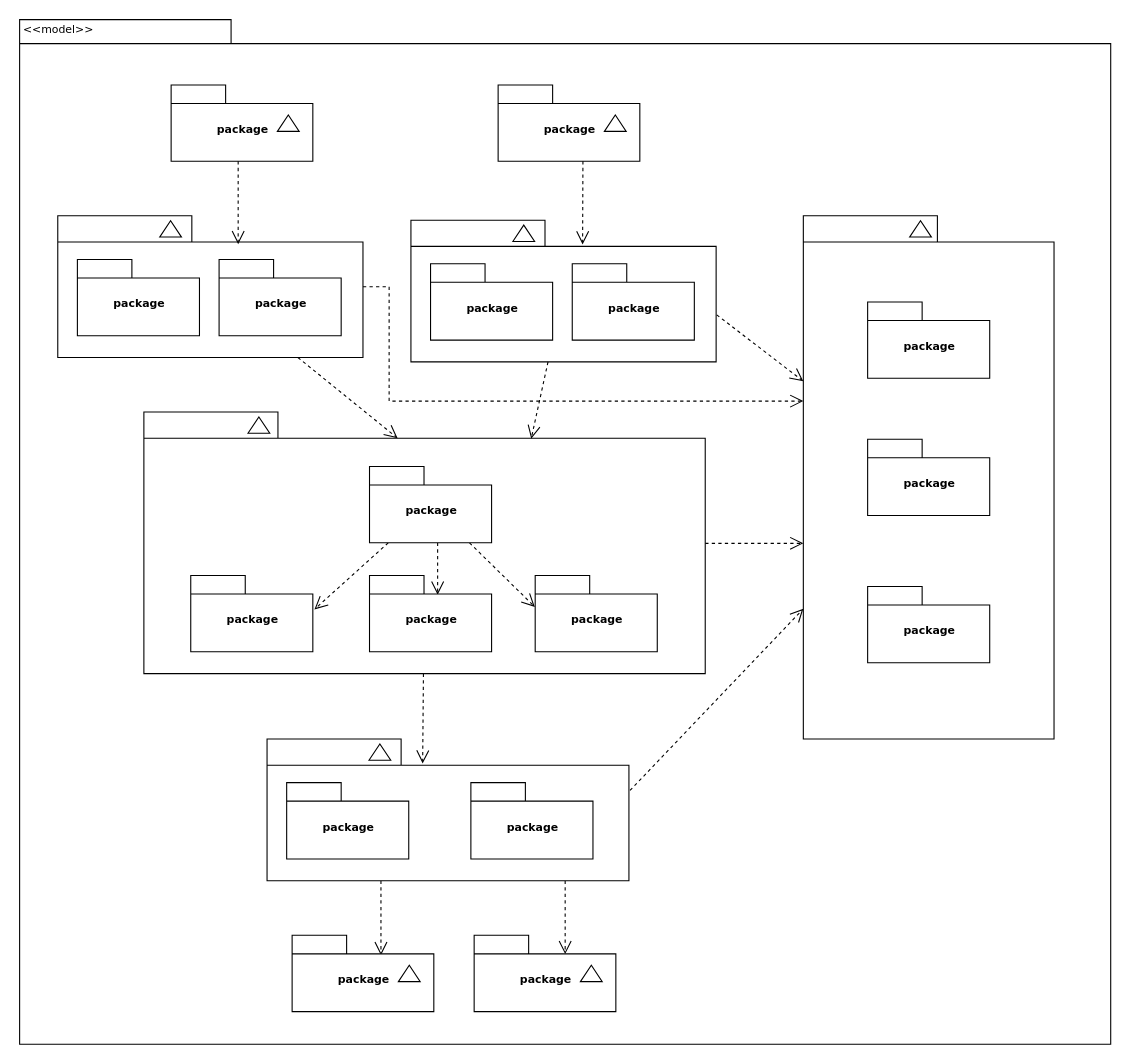
This is Untitled Diagram.drawio from namnguyen5902/UML_drawer, a draw.io file, before an edit. Source tidied: cells renumbered, new cells numbered last; positions are measured from the earlier drawing's top-left corner, leaving out a move shared by most shapes. Both pictures are drawn from the tidied source at 109%, with x=0, y=0 at pixel (19, 19).
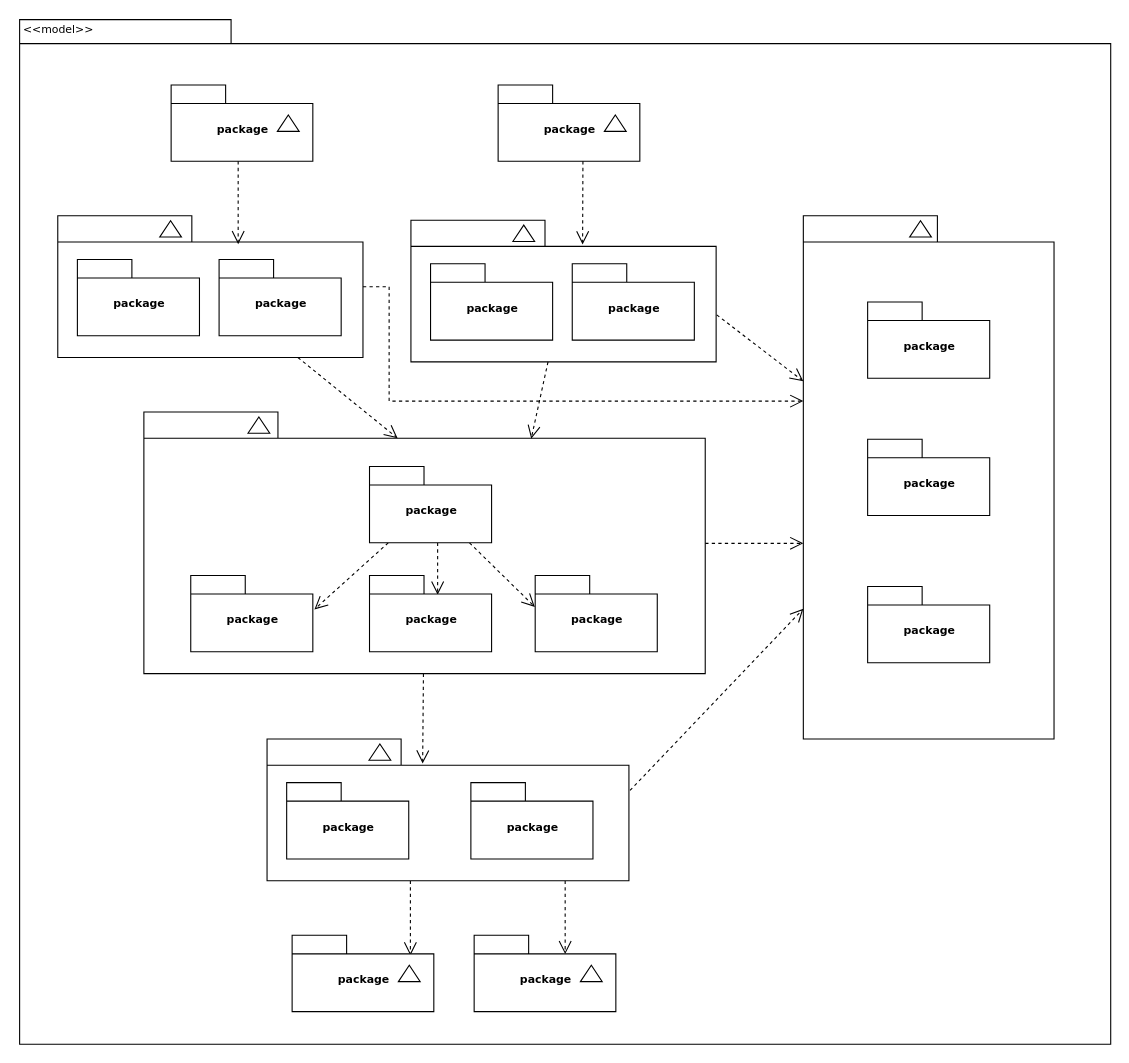
The same page after the edit.

The change refers to these unchanged cells:
```xml
<mxCell id="39" style="shape=folder;fontStyle=1;spacingTop=10;tabWidth=123;tabHeight=24;tabPosition=left;html=1;rounded=0;shadow=0;comic=0;labelBackgroundColor=none;strokeWidth=1;fontFamily=Verdana;fontSize=10;align=center;" parent="1" vertex="1">
  <mxGeometry x="227.5" y="660.5" width="332" height="130" as="geometry" />
</mxCell>
<mxCell id="45" value="package" style="shape=folder;fontStyle=1;spacingTop=10;tabWidth=50;tabHeight=17;tabPosition=left;html=1;rounded=0;shadow=0;comic=0;labelBackgroundColor=none;strokeWidth=1;fontFamily=Verdana;fontSize=10;align=center;" parent="44" vertex="1">
  <mxGeometry width="130" height="70" as="geometry" />
</mxCell>
```

What changed in the source:
```diff
@@
-    <mxCell id="36" style="edgeStyle=elbowEdgeStyle;rounded=0;html=1;entryX=0.628;entryY=0.26;entryPerimeter=0;dashed=1;labelBackgroundColor=none;startFill=0;endArrow=open;endFill=0;endSize=10;fontFamily=Verdana;fontSize=10;" parent="1" edge="1" source="39" target="45">
+    <mxCell id="36" style="edgeStyle=elbowEdgeStyle;rounded=0;html=1;entryX=0.832;entryY=0.263;entryPerimeter=0;dashed=1;labelBackgroundColor=none;startFill=0;endArrow=open;endFill=0;endSize=10;fontFamily=Verdana;fontSize=10;entryDx=0;entryDy=0;" parent="1" edge="1" source="39" target="45">
       <mxGeometry relative="1" as="geometry" />
     </mxCell>
```
